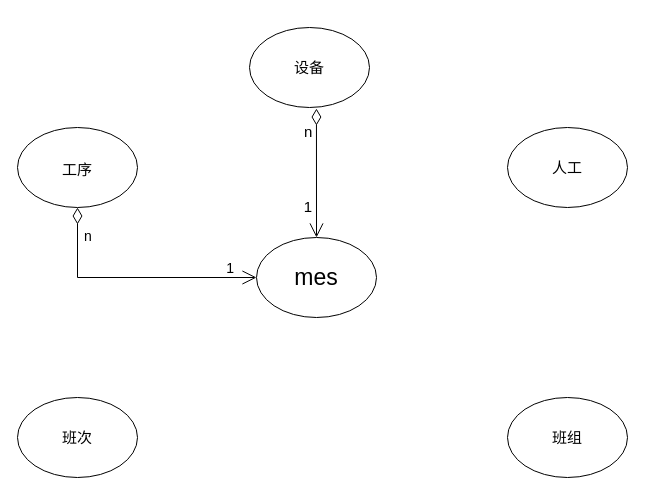
The draw.io diagram 关联关系.drawio in KNAI-I/test, before the edit. Source tidied: cells renumbered, new cells numbered last; positions are measured from the earlier drawing's top-left corner, leaving out a move shared by most shapes. Both pictures are drawn from the tidied source at 100%, with x=0, y=0 at pixel (17, 27).
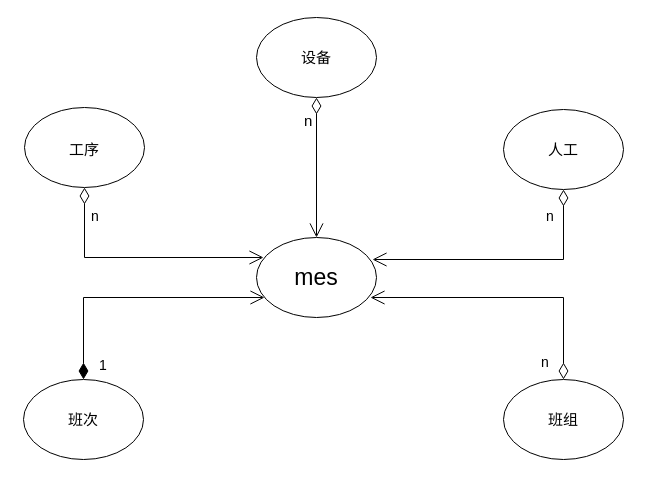
After the change.

Commit message (it also covers changes not shown here):
更新关联关系.drawio

The change refers to these unchanged cells:
```xml
<mxCell id="2" value="&lt;font style=&quot;font-size: 23px;&quot;&gt;mes&lt;/font&gt;" style="ellipse;whiteSpace=wrap;html=1;" parent="1" vertex="1">
  <mxGeometry x="239" y="210" width="120" height="80" as="geometry" />
</mxCell>
```

Diff of the diagram source:
```diff
@@
     <mxCell id="3" value="&lt;font style=&quot;font-size: 15px;&quot;&gt;工序&lt;/font&gt;" style="ellipse;whiteSpace=wrap;html=1;fontSize=23;" parent="1" vertex="1">
-      <mxGeometry y="100" width="120" height="80" as="geometry" />
+      <mxGeometry x="7" y="80" width="120" height="80" as="geometry" />
     </mxCell>
     <mxCell id="4" value="班次" style="ellipse;whiteSpace=wrap;html=1;fontSize=15;" parent="1" vertex="1">
-      <mxGeometry y="370" width="120" height="80" as="geometry" />
+      <mxGeometry x="6" y="352" width="120" height="80" as="geometry" />
     </mxCell>
     <mxCell id="5" value="班组" style="ellipse;whiteSpace=wrap;html=1;fontSize=15;" parent="1" vertex="1">
-      <mxGeometry x="490" y="370" width="120" height="80" as="geometry" />
+      <mxGeometry x="486" y="352" width="120" height="80" as="geometry" />
     </mxCell>
     <mxCell id="6" value="人工" style="ellipse;whiteSpace=wrap;html=1;fontSize=15;" parent="1" vertex="1">
-      <mxGeometry x="490" y="100" width="120" height="80" as="geometry" />
+      <mxGeometry x="486" y="82" width="120" height="80" as="geometry" />
     </mxCell>
     <mxCell id="7" value="设备" style="ellipse;whiteSpace=wrap;html=1;fontSize=15;" parent="1" vertex="1">
-      <mxGeometry x="232" width="120" height="80" as="geometry" />
+      <mxGeometry x="239" y="-10" width="120" height="80" as="geometry" />
     </mxCell>
-    <mxCell id="8" style="endArrow=open;html=1;endSize=12;startArrow=diamondThin;startSize=14;startFill=0;edgeStyle=orthogonalEdgeStyle;rounded=0;fontSize=15;exitX=0.558;exitY=1.013;exitDx=0;exitDy=0;exitPerimeter=0;entryX=0.5;entryY=0;entryDx=0;entryDy=0;" parent="1" edge="1" source="7" target="2">
+    <mxCell id="8" style="endArrow=open;html=1;endSize=12;startArrow=diamondThin;startSize=14;startFill=0;edgeStyle=orthogonalEdgeStyle;rounded=0;fontSize=15;exitX=0.5;exitY=1;exitDx=0;exitDy=0;entryX=0.5;entryY=0;entryDx=0;entryDy=0;" parent="1" edge="1" source="7" target="2">
       <mxGeometry relative="1" as="geometry" />
     </mxCell>
@@
-    <mxCell id="10" value="1" style="edgeLabel;html=1;align=right;verticalAlign=top;fontSize=15;" parent="8" vertex="1">
-      <mxGeometry x="1" relative="1" as="geometry">
-        <mxPoint x="-4" y="-46" as="offset" />
-      </mxGeometry>
-    </mxCell>
-    <mxCell id="11" style="endArrow=open;html=1;endSize=12;startArrow=diamondThin;startSize=14;startFill=0;edgeStyle=orthogonalEdgeStyle;rounded=0;exitX=0.5;exitY=1;exitDx=0;exitDy=0;entryX=0;entryY=0.5;entryDx=0;entryDy=0;" parent="1" edge="1" source="3" target="2">
-      <mxGeometry relative="1" as="geometry" />
+    <mxCell id="11" style="endArrow=open;html=1;endSize=12;startArrow=diamondThin;startSize=14;startFill=0;edgeStyle=orthogonalEdgeStyle;rounded=0;exitX=0.5;exitY=1;exitDx=0;exitDy=0;entryX=0;entryY=0.5;entryDx=0;entryDy=0;" parent="1" edge="1" source="3">
+      <mxGeometry relative="1" as="geometry">
+        <mxPoint x="246" y="230" as="targetPoint" />
+        <Array as="points">
+          <mxPoint x="67" y="230" />
+        </Array>
+      </mxGeometry>
     </mxCell>
@@
-    <mxCell id="13" value="&lt;font style=&quot;font-size: 14px;&quot;&gt;1&lt;/font&gt;" style="edgeLabel;html=1;align=right;verticalAlign=top;" parent="11" vertex="1">
-      <mxGeometry x="1" relative="1" as="geometry">
-        <mxPoint x="-22" y="-24" as="offset" />
-      </mxGeometry>
-    </mxCell>
+    <mxCell id="14" style="endArrow=open;html=1;endSize=12;startArrow=diamondThin;startSize=14;startFill=0;edgeStyle=orthogonalEdgeStyle;rounded=0;fontSize=14;exitX=0.5;exitY=1;exitDx=0;exitDy=0;entryX=1;entryY=0.5;entryDx=0;entryDy=0;" parent="1" edge="1" source="6">
+      <mxGeometry relative="1" as="geometry">
+        <mxPoint x="355" y="232" as="targetPoint" />
+        <Array as="points">
+          <mxPoint x="546" y="232" />
+        </Array>
+      </mxGeometry>
+    </mxCell>
+    <mxCell id="15" value="n" style="edgeLabel;html=1;align=left;verticalAlign=top;fontSize=14;" parent="14" vertex="1">
+      <mxGeometry x="-1" relative="1" as="geometry">
+        <mxPoint x="-19" y="12" as="offset" />
+      </mxGeometry>
+    </mxCell>
+    <mxCell id="16" value="1" style="endArrow=open;html=1;endSize=12;startArrow=diamondThin;startSize=14;startFill=1;edgeStyle=orthogonalEdgeStyle;align=left;verticalAlign=bottom;rounded=0;fontSize=14;exitX=0.5;exitY=0;exitDx=0;exitDy=0;" parent="1" edge="1">
+      <mxGeometry x="-0.98" y="-14" relative="1" as="geometry">
+        <mxPoint x="66" y="352" as="sourcePoint" />
+        <mxPoint x="247" y="270" as="targetPoint" />
+        <Array as="points">
+          <mxPoint x="66" y="270" />
+        </Array>
+      </mxGeometry>
+    </mxCell>
+    <mxCell id="17" style="endArrow=open;html=1;endSize=12;startArrow=diamondThin;startSize=14;startFill=0;edgeStyle=orthogonalEdgeStyle;rounded=0;fontSize=14;exitX=0.5;exitY=0;exitDx=0;exitDy=0;entryX=0.95;entryY=0.75;entryDx=0;entryDy=0;entryPerimeter=0;" parent="1" edge="1" source="5" target="2">
+      <mxGeometry relative="1" as="geometry">
+        <Array as="points">
+          <mxPoint x="546" y="270" />
+        </Array>
+      </mxGeometry>
+    </mxCell>
+    <mxCell id="18" value="n" style="edgeLabel;html=1;align=left;verticalAlign=top;fontSize=14;" parent="17" vertex="1">
+      <mxGeometry x="-1" relative="1" as="geometry">
+        <mxPoint x="-24" y="-32" as="offset" />
+      </mxGeometry>
+    </mxCell>
```
